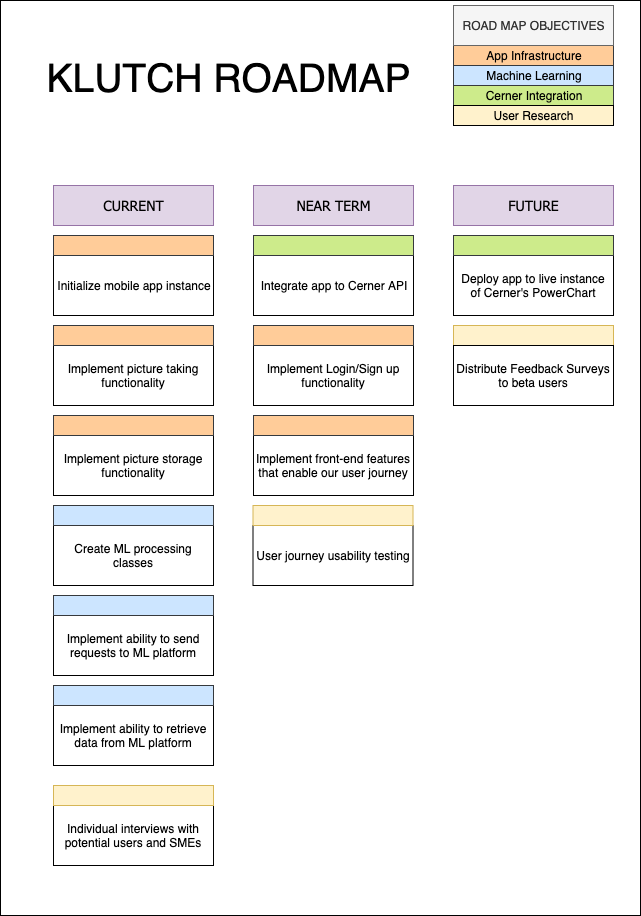
Earlier version of the draw.io export product_research/klutch_roadmap.png (dcsil/klutch). Source tidied: cells renumbered, new cells last; positions are measured from the earlier drawing's top-left corner, leaving out a move shared by most shapes.
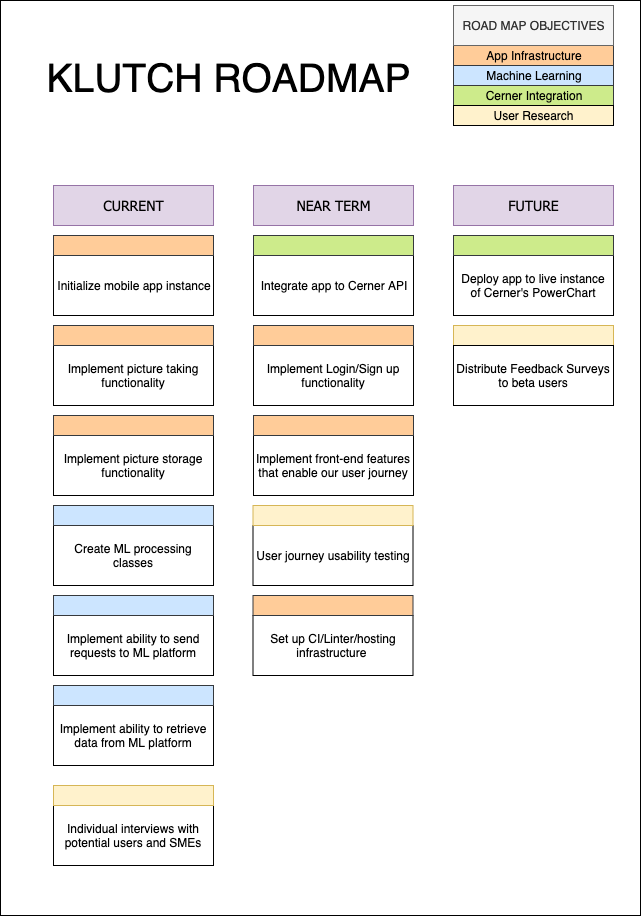
The same file after the commit.

What changed in the source:
```diff
@@ -137,5 +137,11 @@
     <mxCell id="46" value="Distribute Feedback Surveys to beta users" style="rounded=0;whiteSpace=wrap;html=1;" parent="1" vertex="1">
       <mxGeometry x="453" y="345" width="160" height="60" as="geometry" />
     </mxCell>
+    <mxCell id="47" value="Set up CI/Linter/hosting infrastructure&amp;nbsp; " style="rounded=0;whiteSpace=wrap;html=1;" parent="1" vertex="1">
+      <mxGeometry x="252.5" y="615" width="160" height="60" as="geometry" />
+    </mxCell>
+    <mxCell id="48" value="App Infrastructure" style="rounded=0;whiteSpace=wrap;html=1;fillColor=#ffcc99;strokeColor=#36393d;noLabel=1;fontColor=none;" parent="1" vertex="1">
+      <mxGeometry x="252.5" y="595" width="160" height="20" as="geometry" />
+    </mxCell>
   </root>
 </mxGraphModel>
```
